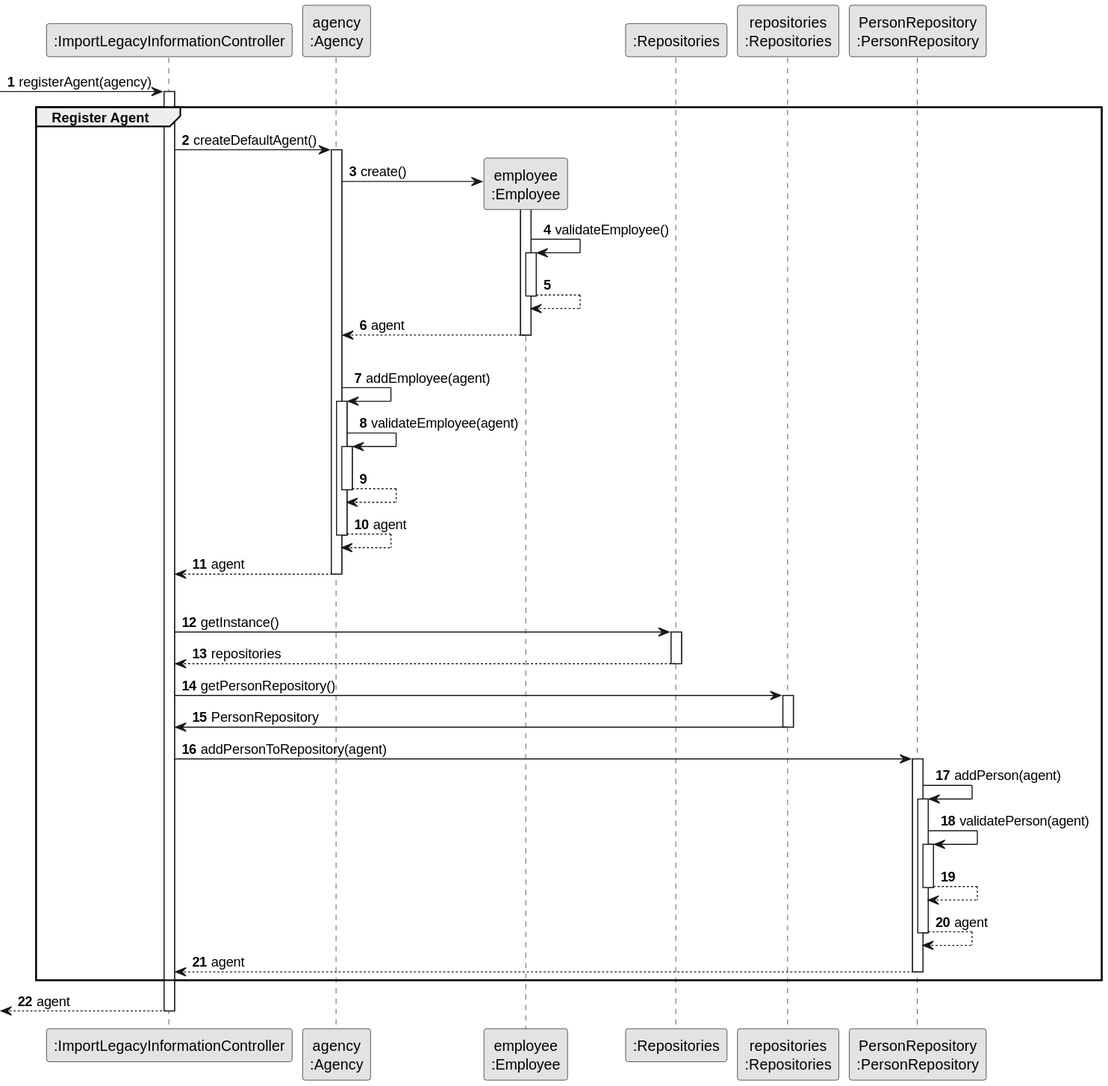
The PlantUML diagram docs/sprintC/us012/03.design/svg/us012-sequence-diagram-partial-register-agent.svg in rita-barbosa/LAPR2-2223, before a commit.
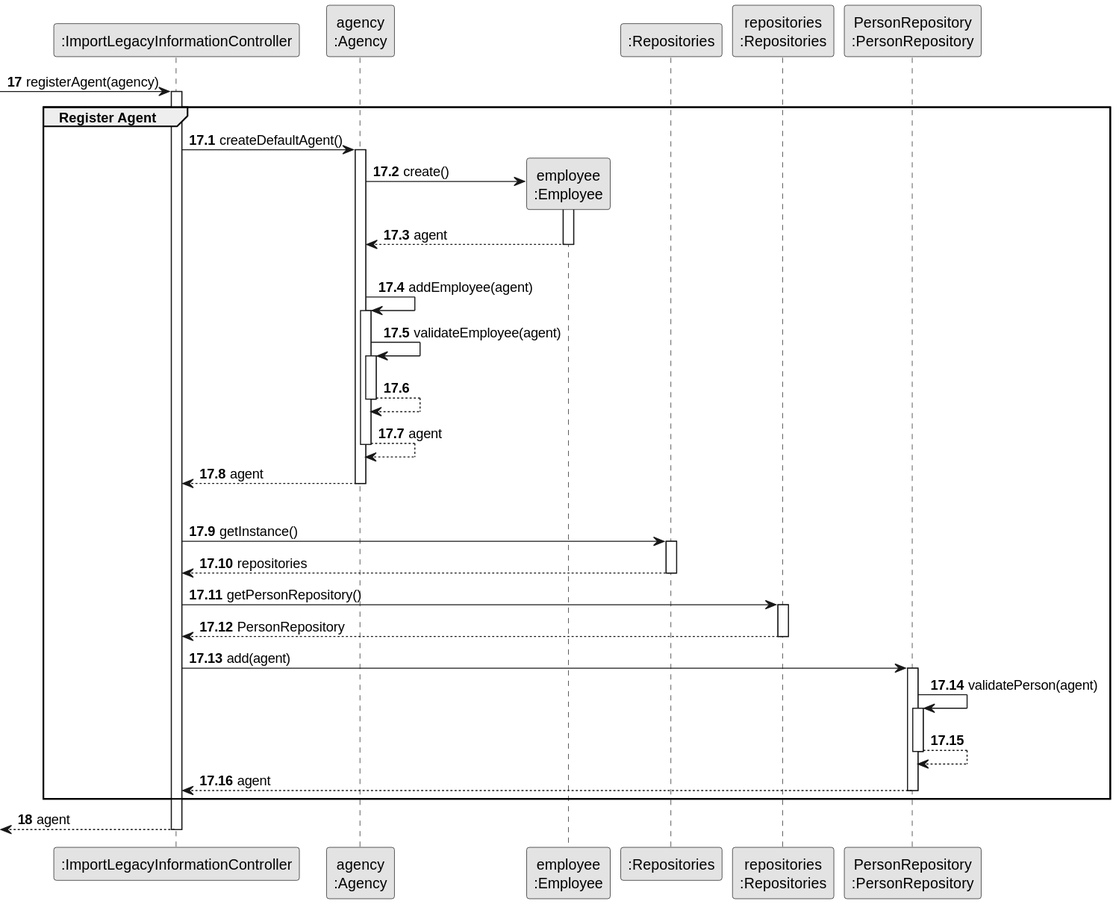
The same file after the commit.

What changed in the source:
```diff
@@ -3,7 +3,7 @@
 skinparam packageStyle rectangle
 skinparam shadowing false
 
-autonumber
+
 
 participant ":ImportLegacyInformationController" as CTRL
 participant "agency\n:Agency" as AGC
@@ -12,27 +12,25 @@
 participant "repositories\n:Repositories" as PLAT
 participant "PersonRepository\n:PersonRepository" as PersonRepository
 
+autonumber 17
+
     -> CTRL : registerAgent(agency)
 
 activate CTRL
+
+autonumber 17.1
 
     group Register Agent
 
     CTRL -> AGC : createDefaultAgent()
     activate AGC
 
-        AGC -> EMPLOYEE** : create()
+    AGC -> EMPLOYEE** : create()
     activate EMPLOYEE
 
-        EMPLOYEE -> EMPLOYEE : validateEmployee()
-        activate EMPLOYEE
-
-            EMPLOYEE --> EMPLOYEE
-        deactivate EMPLOYEE
-
-        EMPLOYEE --> AGC : agent
+    EMPLOYEE --> AGC : agent
     deactivate EMPLOYEE
-|||
+    |||
     AGC -> AGC : addEmployee(agent)
 
     activate AGC
@@ -52,25 +50,22 @@
 |||
 
 
-    CTRL -> RepositorySingleton : getInstance()
-
+    CTRL -> RepositorySingleton: getInstance()
     activate RepositorySingleton
 
-        RepositorySingleton --> CTRL : repositories
+    RepositorySingleton --> CTRL : repositories
     deactivate RepositorySingleton
+
 
     CTRL -> PLAT : getPersonRepository()
 
     activate PLAT
 
-        PLAT -> CTRL : PersonRepository
+        PLAT --> CTRL : PersonRepository
 
     deactivate PLAT
 
-    CTRL -> PersonRepository : addPersonToRepository(agent)
-    activate PersonRepository
-
-    PersonRepository -> PersonRepository : addPerson(agent)
+    CTRL -> PersonRepository : add(agent)
     activate PersonRepository
 
     PersonRepository -> PersonRepository : validatePerson(agent)
@@ -79,13 +74,14 @@
         PersonRepository --> PersonRepository
     deactivate PersonRepository
 
-        PersonRepository --> PersonRepository : agent
-    deactivate PersonRepository
+
 
         PersonRepository --> CTRL : agent
     deactivate PersonRepository
 
     end group
+
+    autonumber 18
 
     <-- CTRL : agent
 
```
